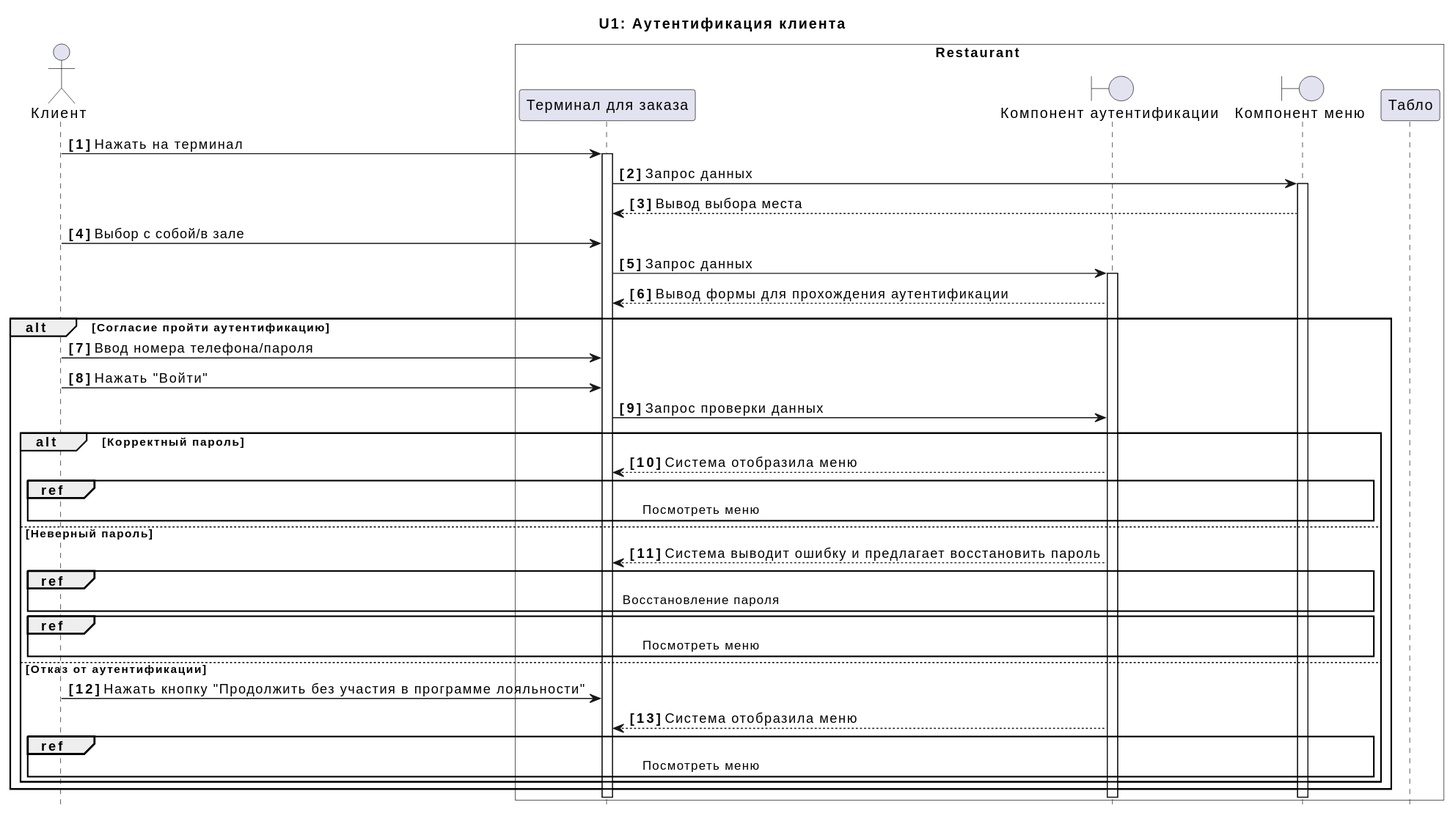
This is docs/diagrams/include/UC1.svg from xxx996/OTUS_Restaraunt, a PlantUML export, as it was before one commit. The source it was exported from:
```plantuml
@startuml
actor "Клиент" as C

title U1: Аутентификация клиента
box Restaurant #Transparent
participant  "Терминал для заказа" as A
boundary "Компонент аутентификации" as Q
boundary "Компонент меню" as F
participant "Табло" as D

end box
hide footbox
autonumber "<b>[0]"
C -> A++:  Нажать на терминал
A -> F++:  Запрос данных
F --> A:  Вывод выбора места
C -> A:  Выбор с собой/в зале
A -> Q++:  Запрос данных
Q --> A:  Вывод формы для прохождения аутентификации

alt Согласие пройти аутентификацию

C -> A:  Ввод номера телефона/пароля
C -> A:  Нажать "Войти"
A -> Q:  Запрос проверки данных

alt Корректный пароль

Q --> A:  Система отобразила  меню
ref over C, F:  Посмотреть меню

else Неверный пароль

Q --> A:  Система выводит ошибку и предлагает восстановить пароль
ref over C, F:  Восстановление пароля
ref over C, F:  Посмотреть меню

else Отказ от аутентификации

C -> A:  Нажать кнопку "Продолжить без участия в программе лояльности"
Q --> A:  Система отобразила  меню
ref over C, F:  Посмотреть меню



end
end
@enduml
```
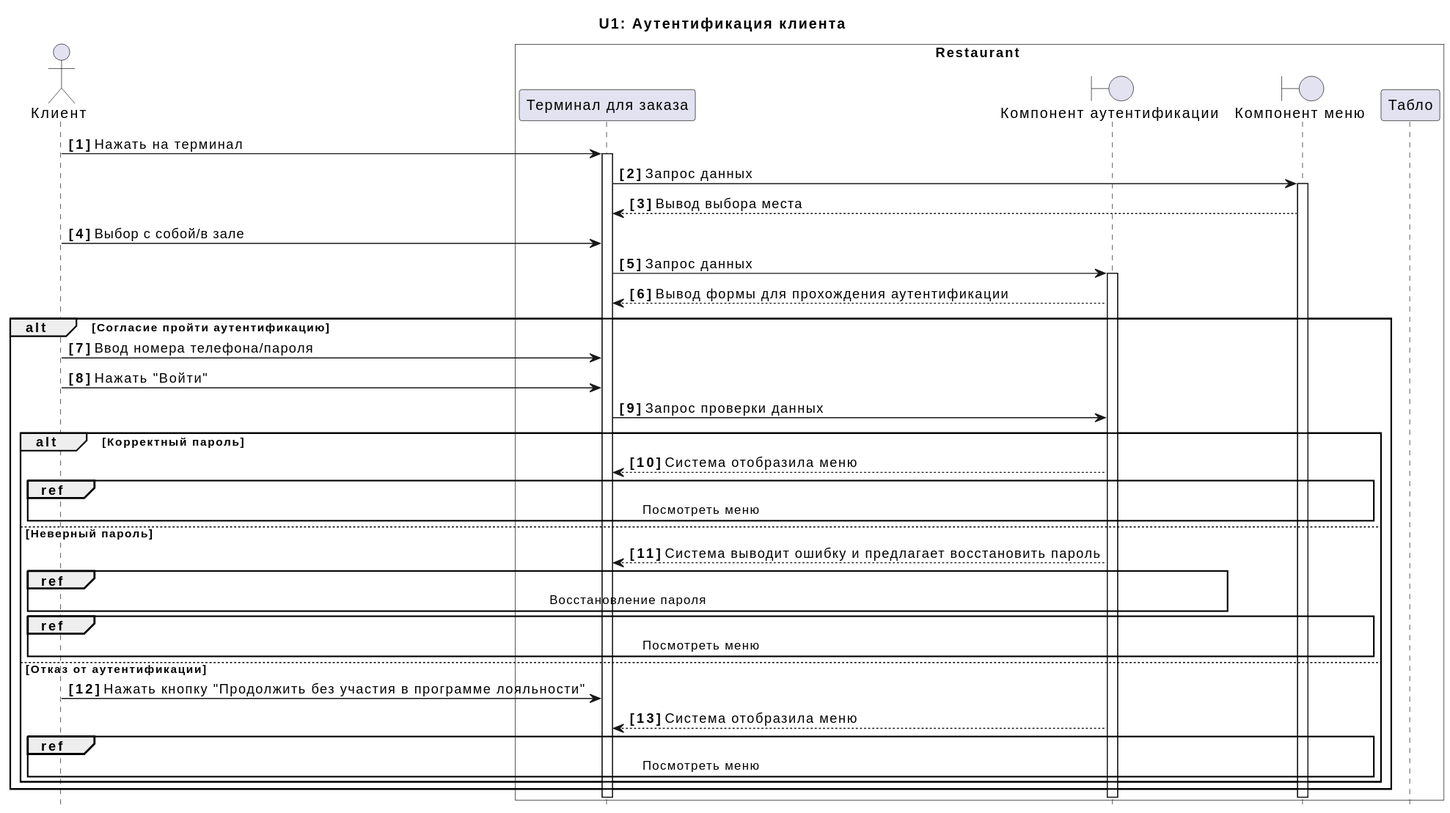
Later version of the same file.

The edit, as a diff of the source:
```diff
@@ -32,7 +32,7 @@
 else Неверный пароль
 
 Q --> A:  Система выводит ошибку и предлагает восстановить пароль
-ref over C, F:  Восстановление пароля
+ref over C, Q:  Восстановление пароля
 ref over C, F:  Посмотреть меню
 
 else Отказ от аутентификации
```
